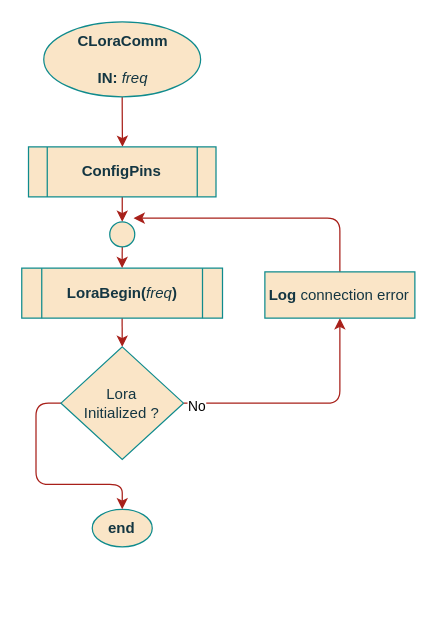
Before: page "Constructor" (2 of 4) of documentation/flowcharts/Classes/CLoraComm.drawio in ESRGgroup9/slipad, a draw.io diagram. Source tidied: cells renumbered, new cells numbered last; positions are measured from the earlier drawing's top-left corner, leaving out a move shared by most shapes. Both pictures are drawn from the tidied source at 125%, with x=0, y=0 at pixel (21, 21).
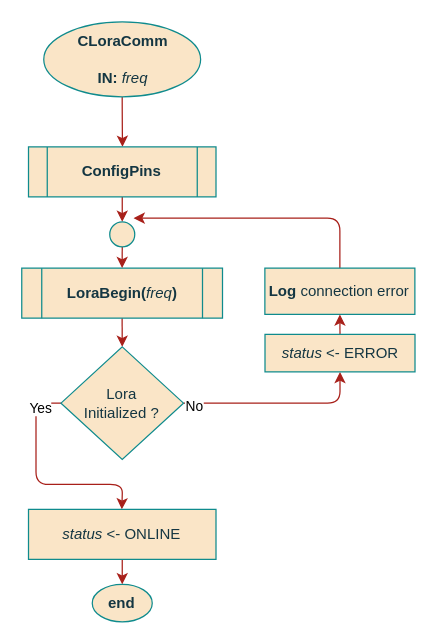
The same page after the edit.

Unchanged cells that the change refers to:
```xml
<mxCell id="11" value="&lt;div&gt;Lora&lt;/div&gt;&lt;div&gt;Initialized ?&lt;/div&gt;" style="rhombus;whiteSpace=wrap;html=1;rounded=0;sketch=0;fontColor=#143642;strokeColor=#0F8B8D;fillColor=#FAE5C7;" parent="1" vertex="1">
  <mxGeometry x="31.3" y="260" width="98" height="90" as="geometry" />
</mxCell>
```

The edit, as a diff of the source:
```diff
@@
     <mxCell id="4" value="end" style="ellipse;whiteSpace=wrap;html=1;fillColor=#FAE5C7;strokeColor=#0F8B8D;fontColor=#143642;fontStyle=1;" parent="1" vertex="1">
-      <mxGeometry x="56.3" y="390" width="48" height="30" as="geometry" />
+      <mxGeometry x="56.3" y="450" width="48" height="30" as="geometry" />
     </mxCell>
@@
-    <mxCell id="8" style="edgeStyle=orthogonalEdgeStyle;rounded=1;jettySize=auto;html=1;exitX=1;exitY=0.5;exitDx=0;exitDy=0;entryX=0.5;entryY=1;entryDx=0;entryDy=0;fontSize=11;strokeColor=#A8201A;" parent="1" edge="1" source="11" target="16">
+    <mxCell id="8" style="edgeStyle=orthogonalEdgeStyle;rounded=1;jettySize=auto;html=1;exitX=1;exitY=0.5;exitDx=0;exitDy=0;entryX=0.5;entryY=1;entryDx=0;entryDy=0;fontSize=11;strokeColor=#A8201A;" parent="1" edge="1" source="11" target="21">
       <mxGeometry relative="1" as="geometry" />
     </mxCell>
@@
-    <mxCell id="10" style="edgeStyle=orthogonalEdgeStyle;rounded=1;jettySize=auto;html=1;exitX=0;exitY=0.5;exitDx=0;exitDy=0;entryX=0.5;entryY=0;entryDx=0;entryDy=0;strokeColor=#A8201A;" parent="1" edge="1" source="11" target="4">
-      <mxGeometry relative="1" as="geometry" />
+    <mxCell id="10" style="edgeStyle=orthogonalEdgeStyle;rounded=1;jettySize=auto;html=1;exitX=0;exitY=0.5;exitDx=0;exitDy=0;strokeColor=#A8201A;" parent="1" edge="1" source="11">
+      <mxGeometry relative="1" as="geometry">
+        <mxPoint x="80" y="390" as="targetPoint" />
+      </mxGeometry>
     </mxCell>
+    <mxCell id="17" value="Yes" style="edgeLabel;html=1;align=center;verticalAlign=middle;" parent="10" vertex="1">
+      <mxGeometry x="-0.81" y="3" relative="1" as="geometry" />
+    </mxCell>
@@
     <mxCell id="16" value="&lt;b&gt;Log&lt;/b&gt; connection error" style="rounded=0;whiteSpace=wrap;html=1;sketch=0;fontColor=#143642;strokeColor=#0F8B8D;fillColor=#FAE5C7;" parent="1" vertex="1">
-      <mxGeometry x="194.4" y="200" width="120" height="37" as="geometry" />
+      <mxGeometry x="194.4" y="197" width="120" height="37" as="geometry" />
     </mxCell>
+    <mxCell id="18" style="edgeStyle=orthogonalEdgeStyle;rounded=1;jettySize=auto;html=1;exitX=0.5;exitY=1;exitDx=0;exitDy=0;entryX=0.5;entryY=0;entryDx=0;entryDy=0;strokeColor=#A8201A;" parent="1" edge="1" source="19" target="4">
+      <mxGeometry relative="1" as="geometry" />
+    </mxCell>
+    <mxCell id="19" value="&lt;i&gt;status&lt;/i&gt; &amp;lt;- ONLINE" style="rounded=0;whiteSpace=wrap;html=1;sketch=0;fontColor=#143642;strokeColor=#0F8B8D;fillColor=#FAE5C7;" parent="1" vertex="1">
+      <mxGeometry x="5.3" y="390" width="150" height="40" as="geometry" />
+    </mxCell>
+    <mxCell id="20" style="edgeStyle=orthogonalEdgeStyle;rounded=1;jettySize=auto;html=1;exitX=0.5;exitY=0;exitDx=0;exitDy=0;entryX=0.5;entryY=1;entryDx=0;entryDy=0;strokeColor=#A8201A;" parent="1" edge="1" source="21" target="16">
+      <mxGeometry relative="1" as="geometry" />
+    </mxCell>
+    <mxCell id="21" value="&lt;i&gt;status&lt;/i&gt; &amp;lt;- ERROR" style="rounded=0;whiteSpace=wrap;html=1;sketch=0;fontColor=#143642;strokeColor=#0F8B8D;fillColor=#FAE5C7;" parent="1" vertex="1">
+      <mxGeometry x="194.5" y="250" width="120" height="30" as="geometry" />
+    </mxCell>
```
